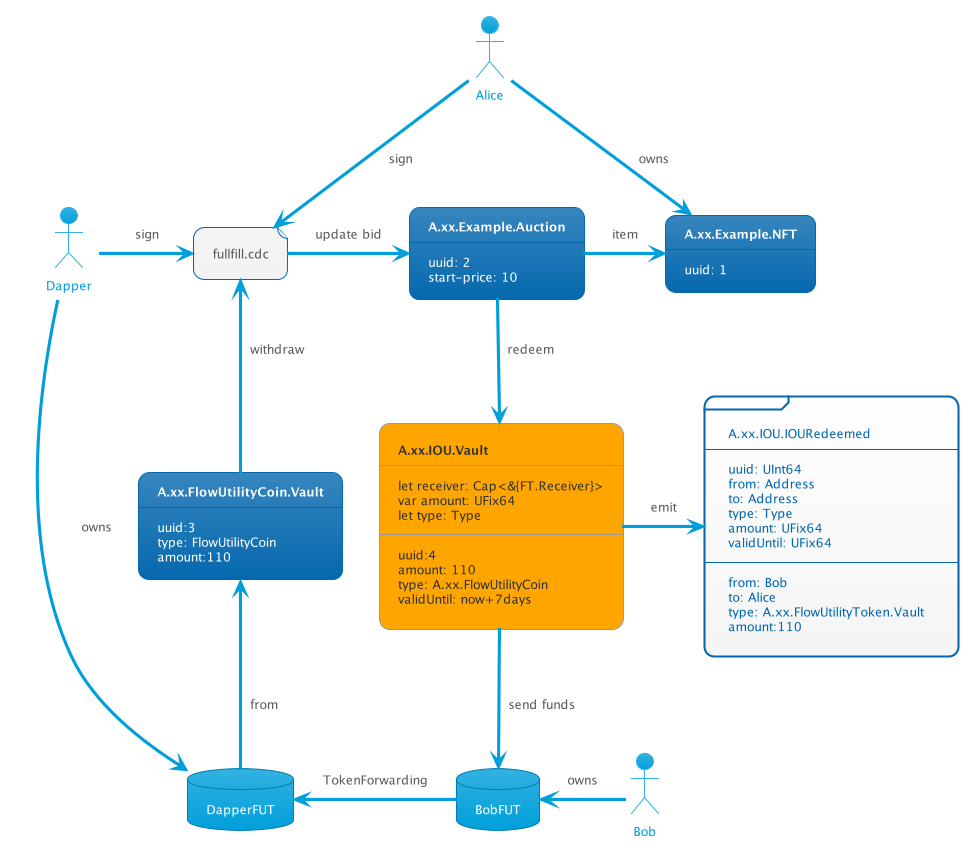
Above: out/fulfillBid/fulfillBid.png in findonflow/iou (PlantUML), before the change. Source of this version:
```plantuml
@startuml
!theme bluegray

actor Alice
actor Dapper

actor Bob

Database BobFUT

Database DapperFUT

file Bid [
    fullfill.cdc
]

frame iouupdated [
    A.xx.IOU.IOURedeemed
    ---
    uuid: UInt64
    from: Address
    to: Address
    type: Type
    amount: UFix64
    validUntil: UFix64
    ---
    from: Bob
    to: Alice
    type: A.xx.FlowUtilityToken.Vault
    amount:110
]


card Vault [
        <b>A.xx.FlowUtilityCoin.Vault
        ---
        uuid:3
        type: FlowUtilityCoin
        amount:110
    ]


card NFT [
    <b>A.xx.Example.NFT
    ---
    uuid: 1
]

card Auction [
    <b>A.xx.Example.Auction
    ---
    uuid: 2
    start-price: 10
]

agent IOU [
    <b>A.xx.IOU.Vault
    ---
    let receiver: Cap<&{FT.Receiver}>
    var amount: UFix64
    let type: Type
    ---
    uuid:4
    amount: 110
    type: A.xx.FlowUtilityCoin
    validUntil: now+7days
]

Alice --> Bid : sign
Dapper -right-> Bid: sign

Bid -right-> Auction: update bid
Auction -down-> IOU : redeem
Bid <-- Vault : withdraw
Vault <-- DapperFUT: from
Dapper --> DapperFUT : owns

IOU -down-> BobFUT: send funds
BobFUT -left-> DapperFUT: TokenForwarding

Auction -right-> NFT : item

IOU -right-> iouupdated: emit
Alice --> NFT : owns

Bob -left-> BobFUT: owns
@enduml
```
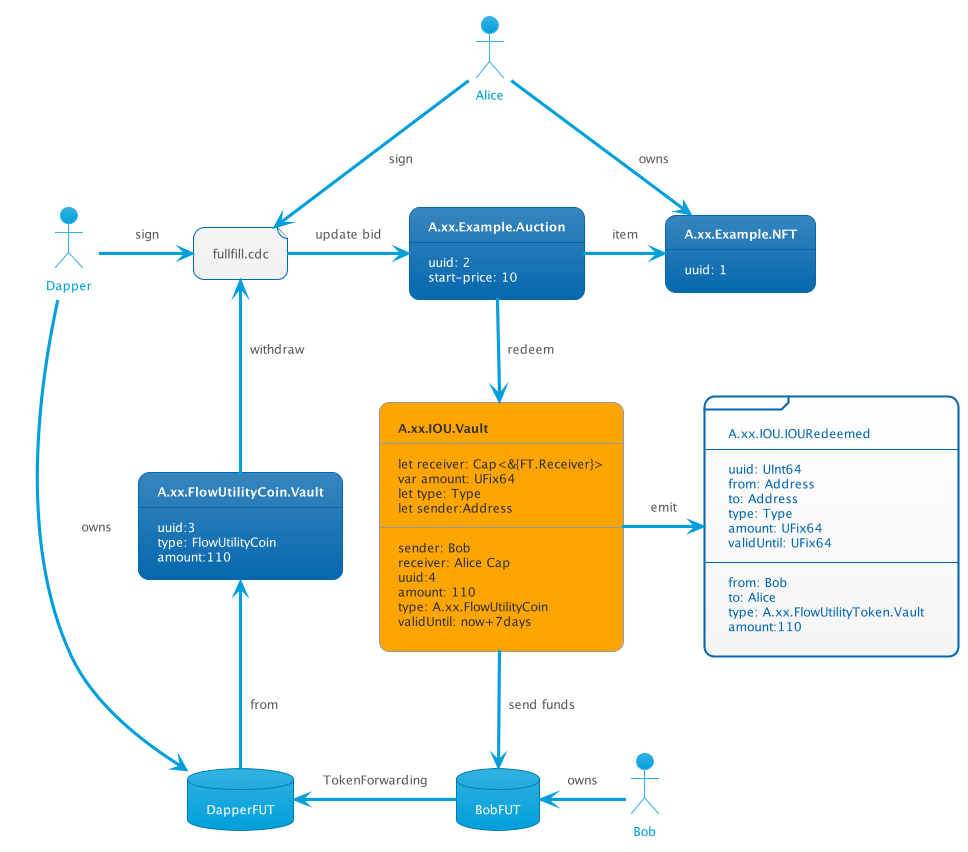
Above is the later version.

Commit message:
added sender to IOU

Diff of the diagram source:
```diff
@@ -59,7 +59,10 @@
     let receiver: Cap<&{FT.Receiver}>
     var amount: UFix64
     let type: Type
+    let sender:Address
     ---
+    sender: Bob
+    receiver: Alice Cap
     uuid:4
     amount: 110
     type: A.xx.FlowUtilityCoin
```
